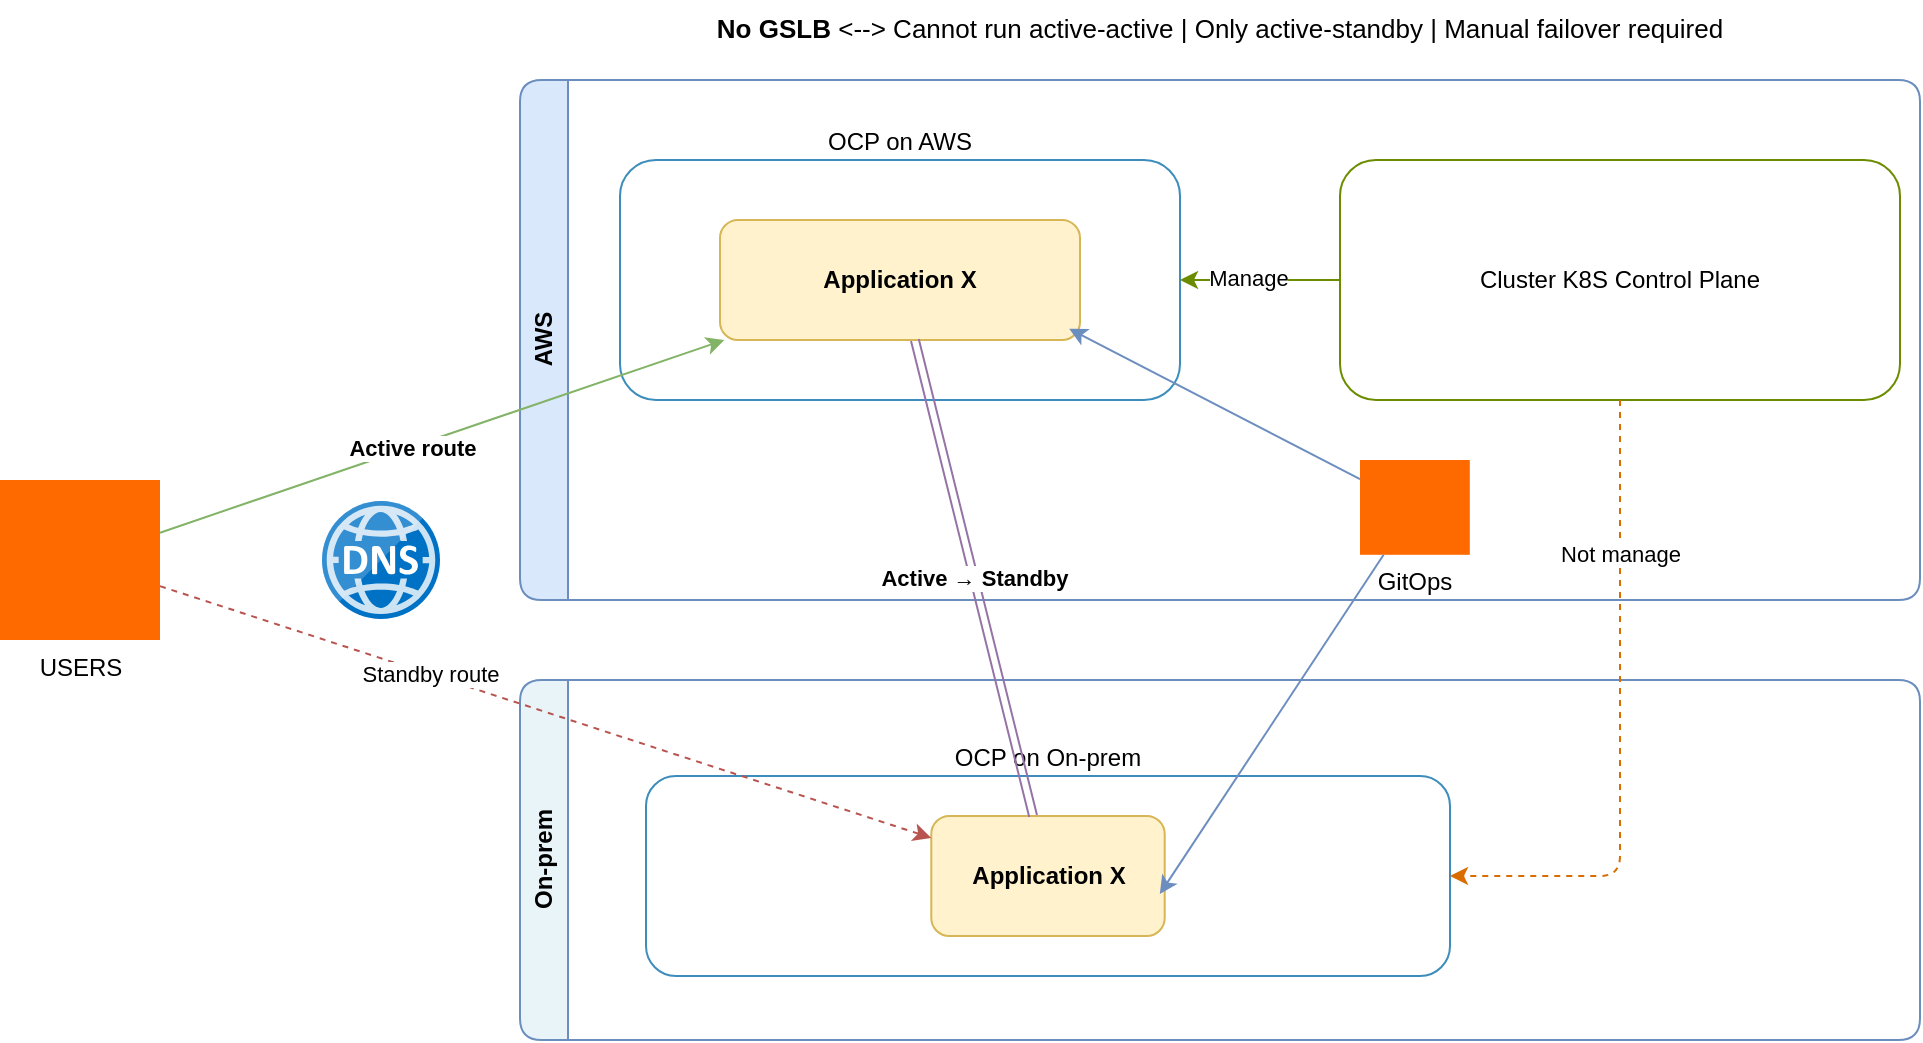
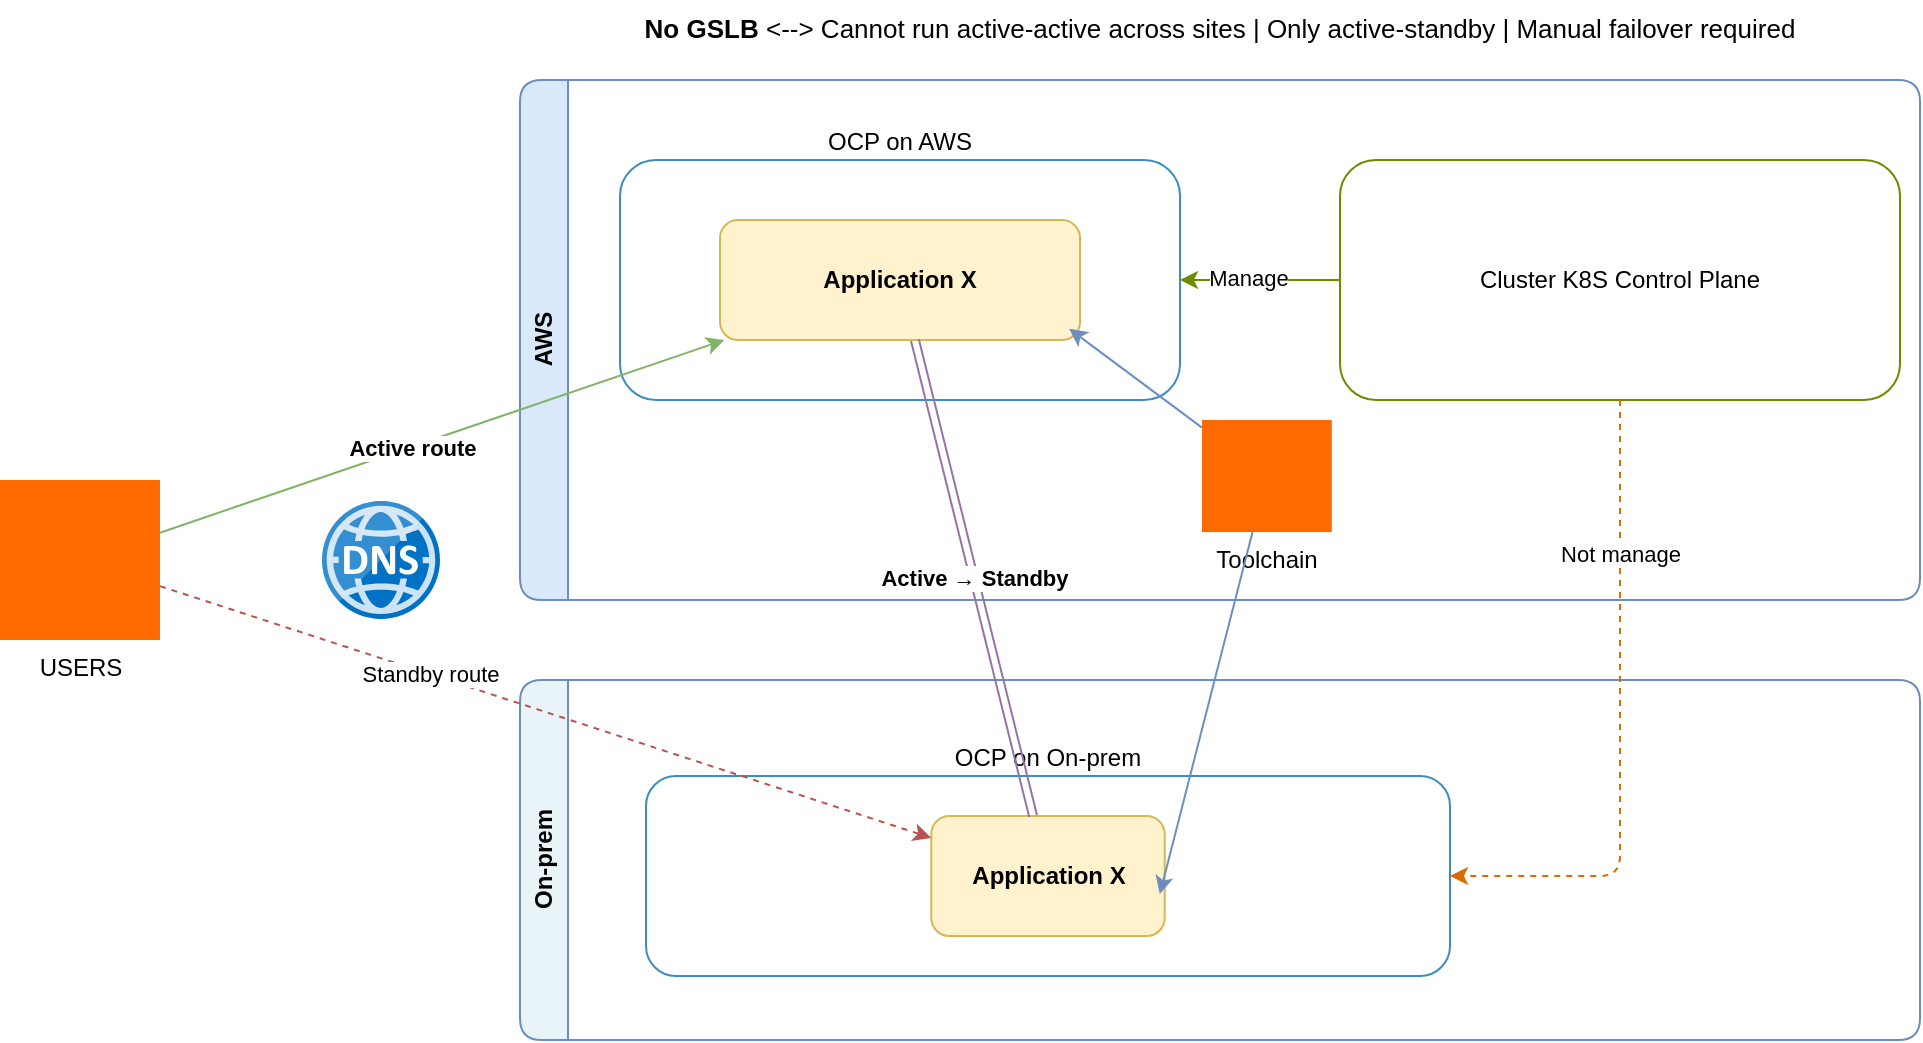
<mxfile host="65bd71144e">
    <diagram id="h1V7W8xG4PzvV2kGq3QY" name="as-is">
-         <mxGraphModel dx="2213" dy="718" grid="1" gridSize="10" guides="1" tooltips="1" connect="0" arrows="1" fold="1" page="1" pageScale="1" pageWidth="827" pageHeight="1169" math="0" shadow="0" adaptiveColors="1">
+         <mxGraphModel dx="2132" dy="493" grid="1" gridSize="10" guides="1" tooltips="1" connect="0" arrows="1" fold="1" page="1" pageScale="1" pageWidth="827" pageHeight="1169" math="0" shadow="0" adaptiveColors="1">
            <root>
                <mxCell id="0"/>
                <mxCell id="1" parent="0"/>
                <mxCell id="2" value="AWS" style="swimlane;horizontal=0;startSize=24;fillColor=#dae8fc;strokeColor=#6c8ebf;html=1;rounded=1;verticalAlign=middle;" parent="1" vertex="1">
                    <mxGeometry x="40" y="40" width="700" height="260" as="geometry"/>
                </mxCell>
                <mxCell id="4" value="OCP on AWS" style="rounded=1;whiteSpace=wrap;html=1;fillColor=#ffffff;strokeColor=#3c8dbc;labelPosition=center;verticalLabelPosition=top;align=center;verticalAlign=bottom;" parent="2" vertex="1">
                    <mxGeometry x="50" y="40" width="280" height="120" as="geometry"/>
                </mxCell>
                <mxCell id="7" value="Application X" style="rounded=1;whiteSpace=wrap;html=1;fillColor=#fff2cc;strokeColor=#d6b656;fontStyle=1" parent="4" vertex="1">
                    <mxGeometry x="50" y="30" width="180" height="60" as="geometry"/>
                </mxCell>
                <mxCell id="5" value="Cluster K8S Control Plane" style="rounded=1;whiteSpace=wrap;html=1;fillColor=#ffffff;strokeColor=#6c8c00;verticalAlign=middle;labelPosition=center;verticalLabelPosition=middle;align=center;" parent="2" vertex="1">
                    <mxGeometry x="410" y="40" width="280" height="120" as="geometry"/>
                </mxCell>
-                 <mxCell id="17" value="GitOps" style="points=[];aspect=fixed;html=1;align=center;shadow=0;dashed=0;fillColor=#FF6A00;strokeColor=none;shape=mxgraph.alibaba_cloud.gdb_graph_database;labelPosition=center;verticalLabelPosition=bottom;verticalAlign=top;" parent="2" vertex="1">
-                     <mxGeometry x="420" y="190" width="54.900000000000006" height="47.400000000000006" as="geometry"/>
+                 <mxCell id="17" value="Toolchain" style="points=[];aspect=fixed;html=1;align=center;shadow=0;dashed=0;fillColor=#FF6A00;strokeColor=none;shape=mxgraph.alibaba_cloud.gdb_graph_database;labelPosition=center;verticalLabelPosition=bottom;verticalAlign=top;" parent="2" vertex="1">
+                     <mxGeometry x="341" y="170" width="64.9" height="56.03" as="geometry"/>
                </mxCell>
                <mxCell id="18" style="html=1;entryX=0.97;entryY=0.906;entryDx=0;entryDy=0;entryPerimeter=0;fillColor=#dae8fc;strokeColor=#6c8ebf;" parent="2" source="17" target="7" edge="1">
                    <mxGeometry relative="1" as="geometry"/>
                </mxCell>
                <mxCell id="3" value="On-prem" style="swimlane;horizontal=0;startSize=24;fillColor=#e8f4f8;strokeColor=#6c8ebf;html=1;rounded=1;" parent="1" vertex="1">
                    <mxGeometry x="40" y="340" width="700" height="180" as="geometry"/>
                </mxCell>
                <mxCell id="6" value="OCP on On-prem" style="rounded=1;whiteSpace=wrap;html=1;fillColor=#ffffff;strokeColor=#3c8dbc;labelPosition=center;verticalLabelPosition=top;align=center;verticalAlign=bottom;" parent="3" vertex="1">
                    <mxGeometry x="63" y="48" width="402" height="100" as="geometry"/>
                </mxCell>
                <mxCell id="8" value="Application X" style="rounded=1;whiteSpace=wrap;html=1;fillColor=#fff2cc;strokeColor=#d6b656;fontStyle=1" parent="6" vertex="1">
                    <mxGeometry x="142.64516129032256" y="20" width="116.70967741935483" height="60" as="geometry"/>
                </mxCell>
-                 <mxCell id="9" value="&lt;b&gt;No GSLB&lt;/b&gt; &amp;lt;--&amp;gt; Cannot run active-active | Only active-standby | Manual failover required" style="text;html=1;align=center;verticalAlign=top;whiteSpace=wrap;rounded=0;fontSize=13;" parent="1" vertex="1">
+                 <mxCell id="9" value="&lt;b&gt;No GSLB&lt;/b&gt; &amp;lt;--&amp;gt; Cannot run active-active across sites | Only active-standby | Manual failover required" style="text;html=1;align=center;verticalAlign=top;whiteSpace=wrap;rounded=0;fontSize=13;" parent="1" vertex="1">
                    <mxGeometry x="40" width="700" height="40" as="geometry"/>
                </mxCell>
                <mxCell id="e1" style="edgeStyle=orthogonalEdgeStyle;rounded=1;html=1;endArrow=classic;strokeColor=#6c8c00;" parent="1" source="5" target="4" edge="1">
                    <mxGeometry relative="1" as="geometry"/>
                </mxCell>
                <mxCell id="FnOTCTxszl6bVbM3d6U8-9" value="Manage" style="edgeLabel;html=1;align=center;verticalAlign=middle;resizable=0;points=[];" parent="e1" connectable="0" vertex="1">
                    <mxGeometry x="0.1494" y="-1" relative="1" as="geometry">
                        <mxPoint as="offset"/>
                    </mxGeometry>
                </mxCell>
                <mxCell id="e2" style="edgeStyle=orthogonalEdgeStyle;rounded=1;html=1;dashed=1;endArrow=classic;strokeColor=#d96d00;entryX=1;entryY=0.5;entryDx=0;entryDy=0;" parent="1" source="5" target="6" edge="1">
                    <mxGeometry relative="1" as="geometry"/>
                </mxCell>
                <mxCell id="10" value="Not manage" style="edgeLabel;html=1;align=center;verticalAlign=middle;resizable=0;points=[];" parent="e2" vertex="1" connectable="0">
                    <mxGeometry x="-0.5275" relative="1" as="geometry">
                        <mxPoint as="offset"/>
                    </mxGeometry>
                </mxCell>
                <mxCell id="e3" value="Active → Standby" style="rounded=1;html=1;endArrow=classic;strokeColor=#9673a6;fontStyle=1;fillColor=#e1d5e7;shape=link;" parent="1" source="7" target="8" edge="1">
                    <mxGeometry relative="1" as="geometry"/>
                </mxCell>
                <mxCell id="12" style="edgeStyle=none;html=1;fillColor=#d5e8d4;strokeColor=#82b366;" parent="1" source="11" target="7" edge="1">
                    <mxGeometry relative="1" as="geometry"/>
                </mxCell>
                <mxCell id="14" value="Active route" style="edgeLabel;html=1;align=center;verticalAlign=middle;resizable=0;points=[];fontStyle=1" parent="12" vertex="1" connectable="0">
                    <mxGeometry x="-0.1119" relative="1" as="geometry">
                        <mxPoint as="offset"/>
                    </mxGeometry>
                </mxCell>
                <mxCell id="13" style="edgeStyle=none;html=1;fillColor=#f8cecc;strokeColor=#b85450;dashed=1;" parent="1" source="11" target="8" edge="1">
                    <mxGeometry relative="1" as="geometry"/>
                </mxCell>
                <mxCell id="15" value="Standby route" style="edgeLabel;html=1;align=center;verticalAlign=middle;resizable=0;points=[];fontStyle=0" parent="13" vertex="1" connectable="0">
                    <mxGeometry x="-0.3035" relative="1" as="geometry">
                        <mxPoint as="offset"/>
                    </mxGeometry>
                </mxCell>
                <mxCell id="11" value="USERS" style="points=[];aspect=fixed;html=1;align=center;shadow=0;dashed=0;fillColor=#FF6A00;strokeColor=none;shape=mxgraph.alibaba_cloud.user;verticalAlign=top;horizontal=1;labelPosition=center;verticalLabelPosition=bottom;" parent="1" vertex="1">
                    <mxGeometry x="-220" y="240" width="80" height="80" as="geometry"/>
                </mxCell>
                <mxCell id="16" value="" style="image;sketch=0;aspect=fixed;html=1;points=[];align=center;fontSize=12;image=img/lib/mscae/DNS.svg;" parent="1" vertex="1">
                    <mxGeometry x="-59" y="250.5" width="59" height="59" as="geometry"/>
                </mxCell>
                <mxCell id="19" style="edgeStyle=none;html=1;entryX=0.979;entryY=0.65;entryDx=0;entryDy=0;entryPerimeter=0;fillColor=#dae8fc;strokeColor=#6c8ebf;" parent="1" source="17" target="8" edge="1">
                    <mxGeometry relative="1" as="geometry"/>
                </mxCell>
            </root>
        </mxGraphModel>
    </diagram>
    <diagram id="wEGmKTIRLnXD5jq-mpo1" name="to-be">
        <mxGraphModel dx="1109" dy="574" grid="1" gridSize="10" guides="1" tooltips="1" connect="1" arrows="1" fold="1" page="1" pageScale="1" pageWidth="850" pageHeight="1100" math="0" shadow="0">
            <root>
                <mxCell id="0"/>
                <mxCell id="1" parent="0"/>
            </root>
        </mxGraphModel>
    </diagram>
</mxfile>